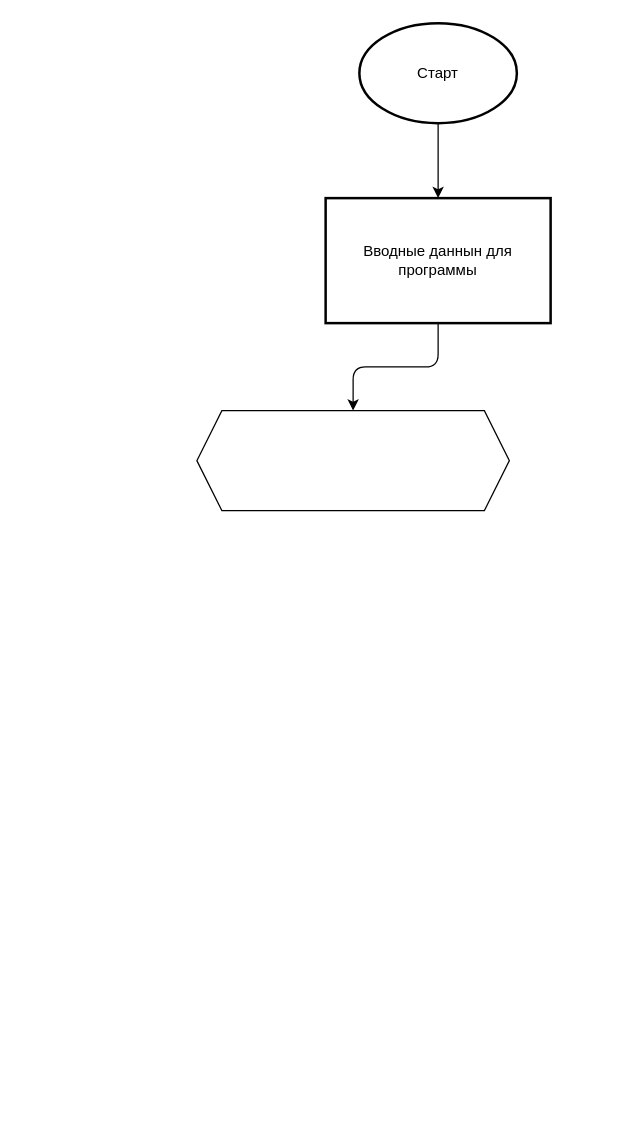
This is Финальная работа.drawio from AxelMaksel/Finality202212, a draw.io file, before an edit. Source tidied: cells renumbered, new cells numbered last; positions are measured from the earlier drawing's top-left corner, leaving out a move shared by most shapes. Both pictures are drawn from the tidied source at 125%, with x=0, y=0 at pixel (196, 22).
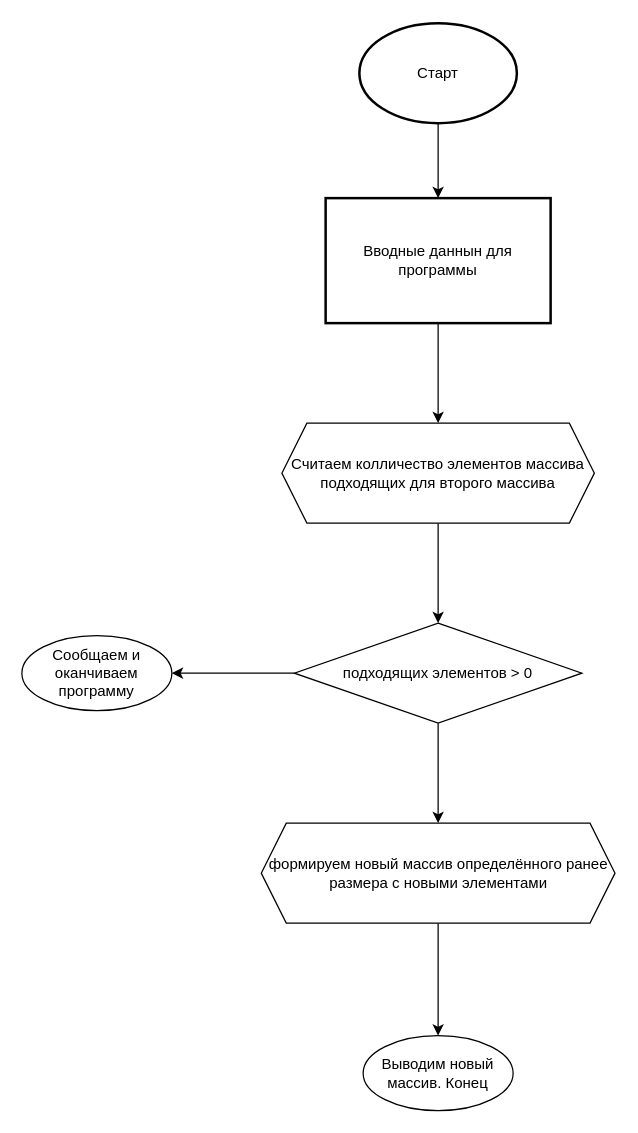
Above is the later version.

Diff of the diagram source:
```diff
@@
 <mxGraphModel>
   <root>
     <mxCell id="0" />
     <mxCell id="1" parent="0" />
     <mxCell id="2" style="edgeStyle=orthogonalEdgeStyle;rounded=1;jettySize=auto;html=1;fontSize=12;" parent="1" edge="1" source="3" target="4">
       <mxGeometry relative="1" as="geometry" />
     </mxCell>
     <mxCell id="3" value="Старт" style="strokeWidth=2;html=1;shape=mxgraph.flowchart.start_1;whiteSpace=wrap;fontSize=12;" parent="1" vertex="1">
       <mxGeometry x="130" width="126" height="80" as="geometry" />
     </mxCell>
     <mxCell id="4" value="Вводные даннын для программы" style="whiteSpace=wrap;html=1;strokeWidth=2;fontSize=12;" parent="1" vertex="1">
       <mxGeometry x="103" y="140" width="180" height="100" as="geometry" />
     </mxCell>
     <mxCell id="5" style="edgeStyle=orthogonalEdgeStyle;rounded=1;jettySize=auto;html=1;fontSize=12;exitX=0.5;exitY=1;exitDx=0;exitDy=0;entryX=0.5;entryY=0;entryDx=0;entryDy=0;" parent="1" edge="1" source="4" target="6">
       <mxGeometry relative="1" as="geometry" />
     </mxCell>
+    <mxCell id="7" style="edgeStyle=orthogonalEdgeStyle;rounded=0;jettySize=auto;html=1;" parent="1" edge="1" source="6" target="10">
+      <mxGeometry relative="1" as="geometry" />
+    </mxCell>
-    <mxCell id="6" style="shape=hexagon;perimeter=hexagonPerimeter2;whiteSpace=wrap;html=1;fixedSize=1;" parent="1" vertex="1">
-      <mxGeometry y="310" width="250" height="80" as="geometry" />
+    <mxCell id="6" value="Считаем колличество элементов массива подходящих для второго массива" style="shape=hexagon;perimeter=hexagonPerimeter2;whiteSpace=wrap;html=1;fixedSize=1;" parent="1" vertex="1">
+      <mxGeometry x="68" y="320" width="250" height="80" as="geometry" />
     </mxCell>
+    <mxCell id="8" style="edgeStyle=orthogonalEdgeStyle;rounded=0;jettySize=auto;html=1;" parent="1" edge="1" source="10" target="12">
+      <mxGeometry relative="1" as="geometry" />
+    </mxCell>
+    <mxCell id="9" style="edgeStyle=orthogonalEdgeStyle;rounded=0;jettySize=auto;html=1;" parent="1" edge="1" source="10" target="13">
+      <mxGeometry relative="1" as="geometry" />
+    </mxCell>
+    <mxCell id="10" value="подходящих элементов &amp;gt; 0" style="rhombus;whiteSpace=wrap;html=1;" parent="1" vertex="1">
+      <mxGeometry x="78" y="480" width="230" height="80" as="geometry" />
+    </mxCell>
+    <mxCell id="11" style="edgeStyle=orthogonalEdgeStyle;rounded=0;jettySize=auto;html=1;" parent="1" edge="1" source="12" target="14">
+      <mxGeometry relative="1" as="geometry" />
+    </mxCell>
+    <mxCell id="12" value="формируем новый массив определённого ранее размера с новыми элементами" style="shape=hexagon;perimeter=hexagonPerimeter2;whiteSpace=wrap;html=1;fixedSize=1;" parent="1" vertex="1">
+      <mxGeometry x="51.5" y="640" width="283" height="80" as="geometry" />
+    </mxCell>
+    <mxCell id="13" value="Сообщаем и оканчиваем программу" style="ellipse;whiteSpace=wrap;html=1;" parent="1" vertex="1">
+      <mxGeometry x="-140" y="490" width="120" height="60" as="geometry" />
+    </mxCell>
+    <mxCell id="14" value="Выводим новый массив. Конец" style="ellipse;whiteSpace=wrap;html=1;" parent="1" vertex="1">
+      <mxGeometry x="133" y="810" width="120" height="60" as="geometry" />
+    </mxCell>
   </root>
 </mxGraphModel>
```
